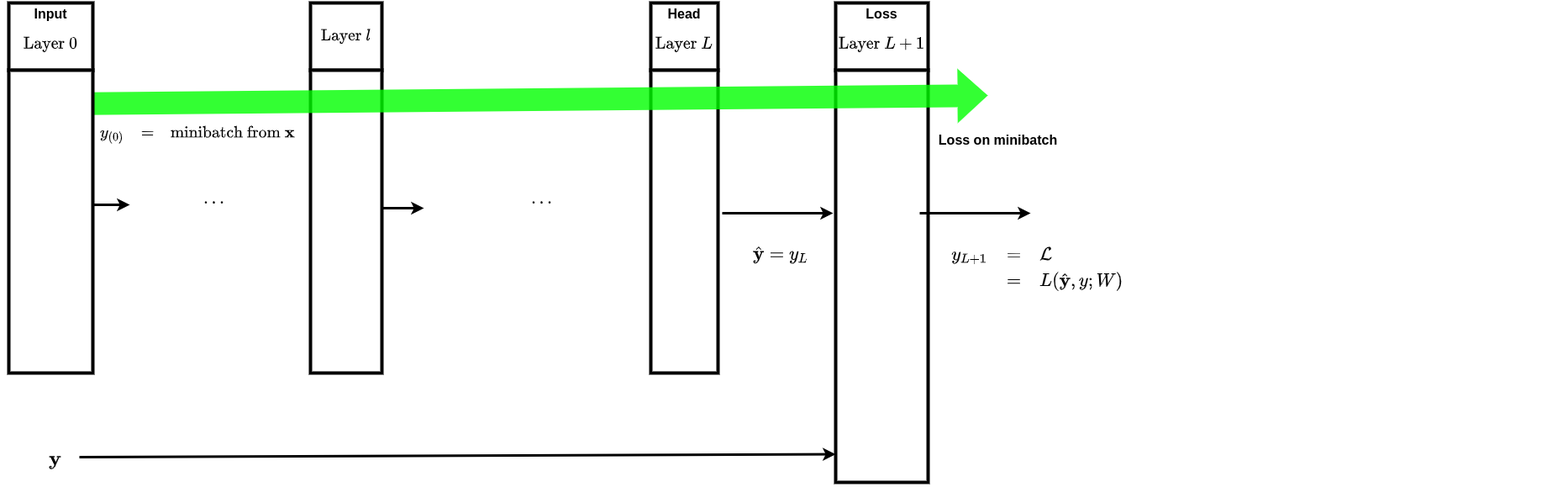
Earlier version of the draw.io export images/NN_Layers_Forward.png (nyutandononline/MachineLearning_and_Finance_Teacher). Source tidied: cells renumbered, new cells last; positions are measured from the earlier drawing's top-left corner, leaving out a move shared by most shapes.
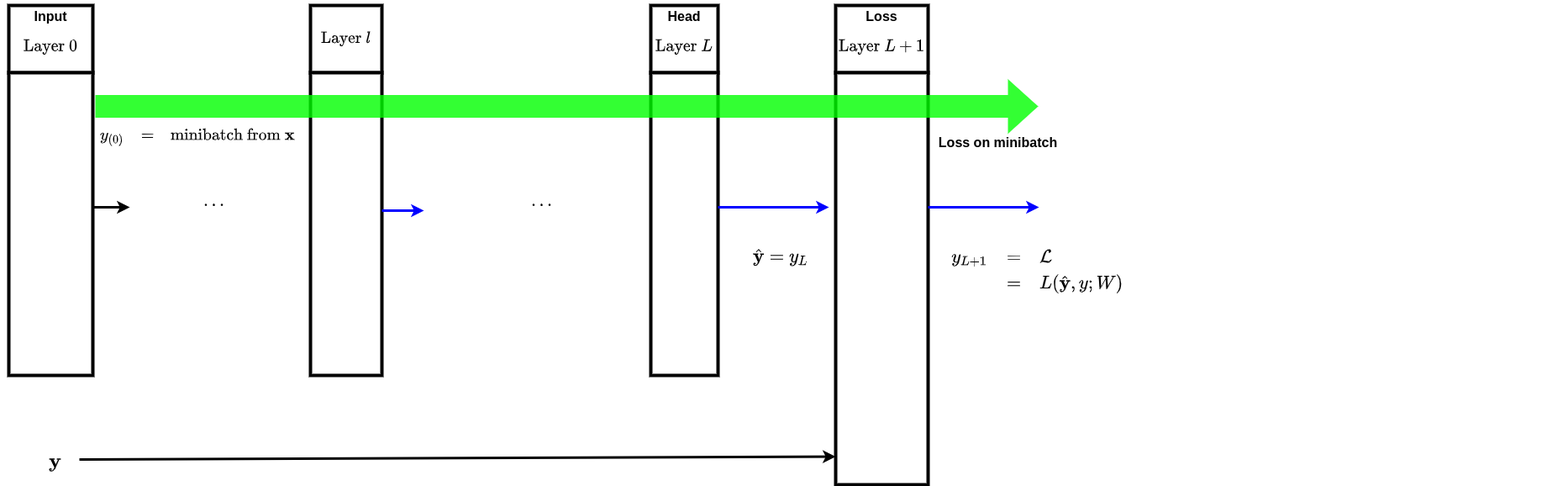
The same file after the commit.

Diff of the diagram source:
```diff
@@ -2,7 +2,7 @@
   <root>
     <mxCell id="0" />
     <mxCell id="1" parent="0" />
-    <mxCell id="2" style="group;strokeWidth=4;" parent="1" vertex="1">
+    <mxCell id="2" style="group;strokeWidth=2;" parent="1" vertex="1">
       <mxGeometry x="994" width="110" height="570" as="geometry" />
     </mxCell>
     <mxCell id="3" value="&lt;div style=&quot;font-size: 16px&quot;&gt;&lt;b&gt;&lt;font style=&quot;font-size: 16px&quot;&gt;Loss&lt;/font&gt;&lt;/b&gt;&lt;/div&gt;&lt;div style=&quot;font-size: 16px&quot;&gt;&lt;font style=&quot;font-size: 16px&quot;&gt;&lt;b&gt;&lt;font style=&quot;font-size: 16px&quot;&gt;$$\text{Layer }{L+1}$$&lt;/font&gt;&lt;/b&gt;&lt;/font&gt;&lt;/div&gt;" style="rounded=0;whiteSpace=wrap;html=1;fontSize=10;strokeWidth=4;" parent="2" vertex="1">
@@ -11,7 +11,7 @@
     <mxCell id="4" style="rounded=0;whiteSpace=wrap;html=1;strokeWidth=4;" parent="2" vertex="1">
       <mxGeometry y="80" width="110" height="490" as="geometry" />
     </mxCell>
-    <mxCell id="5" style="group;strokeWidth=2;" parent="1" vertex="1">
+    <mxCell id="5" style="group;strokeWidth=12;" parent="1" vertex="1">
       <mxGeometry x="774" width="80" height="440" as="geometry" />
     </mxCell>
     <mxCell id="6" value="&lt;div style=&quot;font-size: 16px&quot;&gt;&lt;font style=&quot;font-size: 16px&quot;&gt;&lt;b&gt;&lt;font style=&quot;font-size: 16px&quot;&gt;Head&lt;/font&gt;&lt;/b&gt;&lt;/font&gt;&lt;/div&gt;&lt;div style=&quot;font-size: 16px&quot;&gt;&lt;font style=&quot;font-size: 16px&quot;&gt;&lt;b&gt;&lt;font style=&quot;font-size: 16px&quot;&gt;$$\text{Layer }{L}$$&lt;/font&gt;&lt;/b&gt;&lt;/font&gt;&lt;/div&gt;" style="rounded=0;whiteSpace=wrap;html=1;fontSize=10;strokeWidth=4;" parent="5" vertex="1">
@@ -20,7 +20,7 @@
     <mxCell id="7" style="rounded=0;whiteSpace=wrap;html=1;strokeWidth=4;" parent="5" vertex="1">
       <mxGeometry y="80" width="80" height="360" as="geometry" />
     </mxCell>
-    <mxCell id="8" style="group;strokeWidth=2;" parent="1" vertex="1">
+    <mxCell id="8" style="group;strokeWidth=4;" parent="1" vertex="1">
       <mxGeometry x="369" width="85" height="440" as="geometry" />
     </mxCell>
     <mxCell id="9" value="&lt;font&gt;&lt;b&gt;&lt;font style=&quot;font-size: 16px&quot;&gt;$$\text{Layer }\mathcal{l}$$&lt;/font&gt;&lt;/b&gt;&lt;/font&gt;" style="rounded=0;whiteSpace=wrap;html=1;fontSize=10;strokeWidth=4;" parent="8" vertex="1">
@@ -41,12 +41,6 @@
         <mxPoint x="144" y="240" as="targetPoint" />
       </mxGeometry>
     </mxCell>
-    <mxCell id="14" style="shape=flexArrow;endArrow=classic;html=1;fillColor=#00ff00;strokeColor=none;opacity=80;strokeWidth=18;" parent="11" edge="1">
-      <mxGeometry relative="1" as="geometry">
-        <mxPoint x="54" y="120" as="sourcePoint" />
-        <mxPoint x="1174" y="110" as="targetPoint" />
-      </mxGeometry>
-    </mxCell>
     <mxCell id="15" style="rounded=0;whiteSpace=wrap;html=1;strokeWidth=4;" parent="11" vertex="1">
       <mxGeometry y="80" width="100" height="360" as="geometry" />
     </mxCell>
@@ -62,10 +56,10 @@
     <mxCell id="19" value="&lt;font style=&quot;font-size: 20px&quot;&gt;$$\mathbf{y}&lt;br&gt;$$&lt;/font&gt;" style="text;html=1;align=center;verticalAlign=middle;points=[];" parent="1" vertex="1">
       <mxGeometry y="523" width="130" height="40" as="geometry" />
     </mxCell>
-    <mxCell id="20" style="endArrow=classic;html=1;strokeWidth=3;" parent="1" edge="1">
+    <mxCell id="20" style="endArrow=classic;html=1;strokeWidth=3;strokeColor=#0000FF;" parent="1" edge="1">
       <mxGeometry relative="1" as="geometry">
-        <mxPoint x="859" y="250" as="sourcePoint" />
-        <mxPoint x="991" y="250" as="targetPoint" />
+        <mxPoint x="854" y="240" as="sourcePoint" />
+        <mxPoint x="986" y="240" as="targetPoint" />
       </mxGeometry>
     </mxCell>
     <mxCell id="21" value="&lt;font style=&quot;font-size: 18px&quot;&gt;$$\hat{\mathbf{y}} = y_{L}$$&lt;/font&gt;" style="text;html=1;align=center;verticalAlign=middle;" parent="1" vertex="1">
@@ -76,16 +70,16 @@
         <mxPoint x="994" y="536.6" as="targetPoint" />
       </mxGeometry>
     </mxCell>
-    <mxCell id="23" style="endArrow=classic;html=1;strokeWidth=3;" parent="1" edge="1">
+    <mxCell id="23" style="endArrow=classic;html=1;strokeWidth=3;strokeColor=#0000FF;" parent="1" edge="1">
       <mxGeometry relative="1" as="geometry">
         <mxPoint x="454" y="244" as="sourcePoint" />
         <mxPoint x="504" y="244" as="targetPoint" />
       </mxGeometry>
     </mxCell>
-    <mxCell id="24" style="endArrow=classic;html=1;strokeWidth=3;" parent="1" edge="1">
+    <mxCell id="24" style="endArrow=classic;html=1;strokeWidth=3;strokeColor=#0000FF;" parent="1" edge="1">
       <mxGeometry relative="1" as="geometry">
-        <mxPoint x="1094" y="250" as="sourcePoint" />
-        <mxPoint x="1226" y="250" as="targetPoint" />
+        <mxPoint x="1104" y="240" as="sourcePoint" />
+        <mxPoint x="1236" y="240" as="targetPoint" />
       </mxGeometry>
     </mxCell>
     <mxCell id="25" value="&lt;font style=&quot;font-size: 18px&quot;&gt;$$\begin{array} \\&lt;br&gt;y_{L+1} &amp;amp; = &amp;amp; \mathcal{L} \\&lt;br&gt;&amp;amp; = &amp;amp; L(\hat{\mathbf{y}}, y; W) \\&lt;br&gt;\end{array}$$&lt;/font&gt;" style="text;html=1;align=center;verticalAlign=middle;" parent="1" vertex="1">
@@ -97,5 +91,11 @@
     <mxCell id="27" value="&lt;font style=&quot;font-size: 16px&quot;&gt;&lt;b&gt;Loss on minibatch&lt;/b&gt;&lt;br&gt;&lt;/font&gt;" style="text;html=1;align=center;verticalAlign=middle;" parent="1" vertex="1">
       <mxGeometry x="1107" y="153" width="160" height="20" as="geometry" />
     </mxCell>
+    <mxCell id="28" style="shape=flexArrow;endArrow=block;html=1;fillColor=#00FF00;strokeColor=none;opacity=80;strokeWidth=18;endFill=0;" parent="1" edge="1">
+      <mxGeometry relative="1" as="geometry">
+        <mxPoint x="104" y="120" as="sourcePoint" />
+        <mxPoint x="1244" y="120" as="targetPoint" />
+      </mxGeometry>
+    </mxCell>
   </root>
 </mxGraphModel>
```
